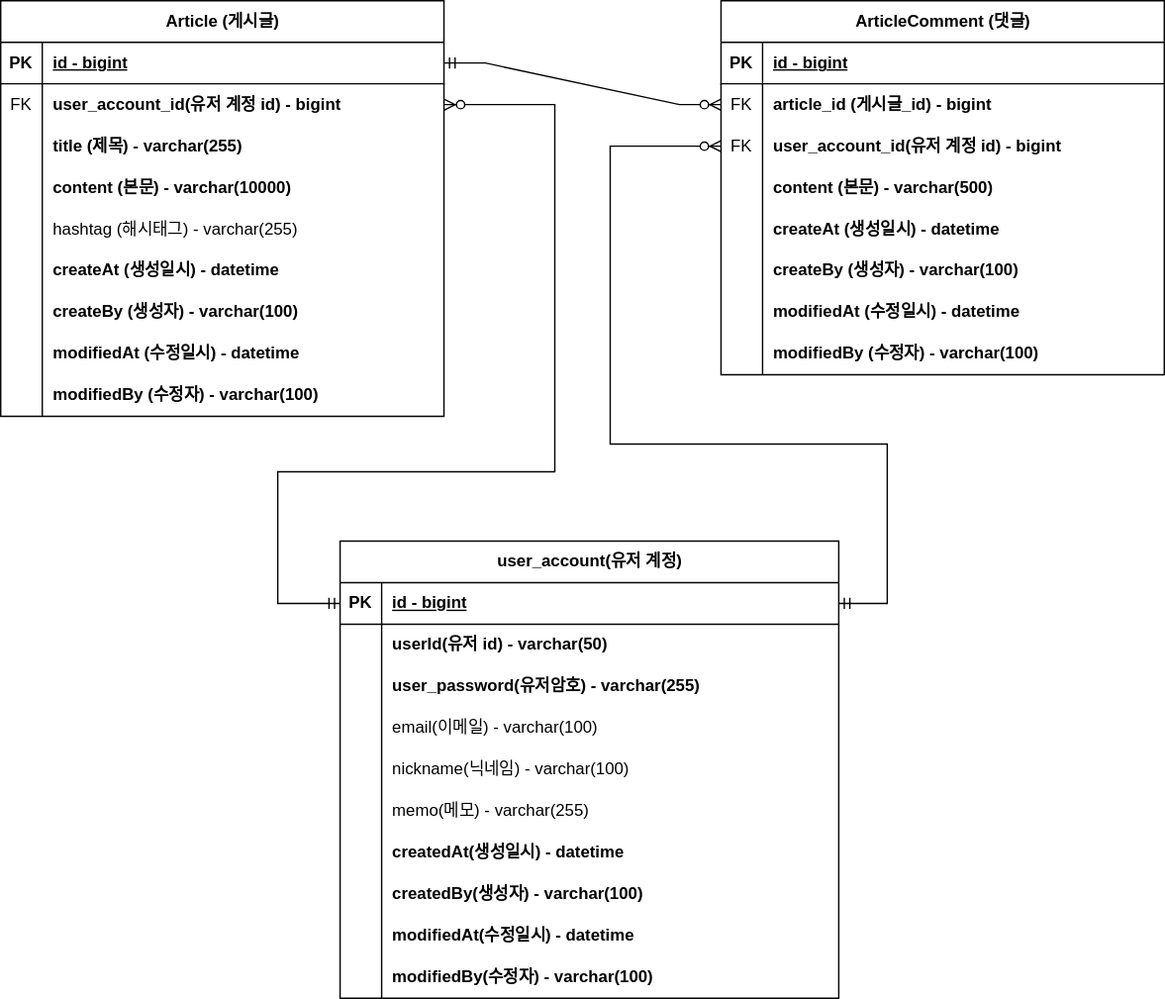
alpacaive/project-board keeps this draw.io diagram as document/project-board-erd.svg. Above is the earlier version. Source tidied: cells renumbered, new cells last; positions are measured from the earlier drawing's top-left corner, leaving out a move shared by most shapes.
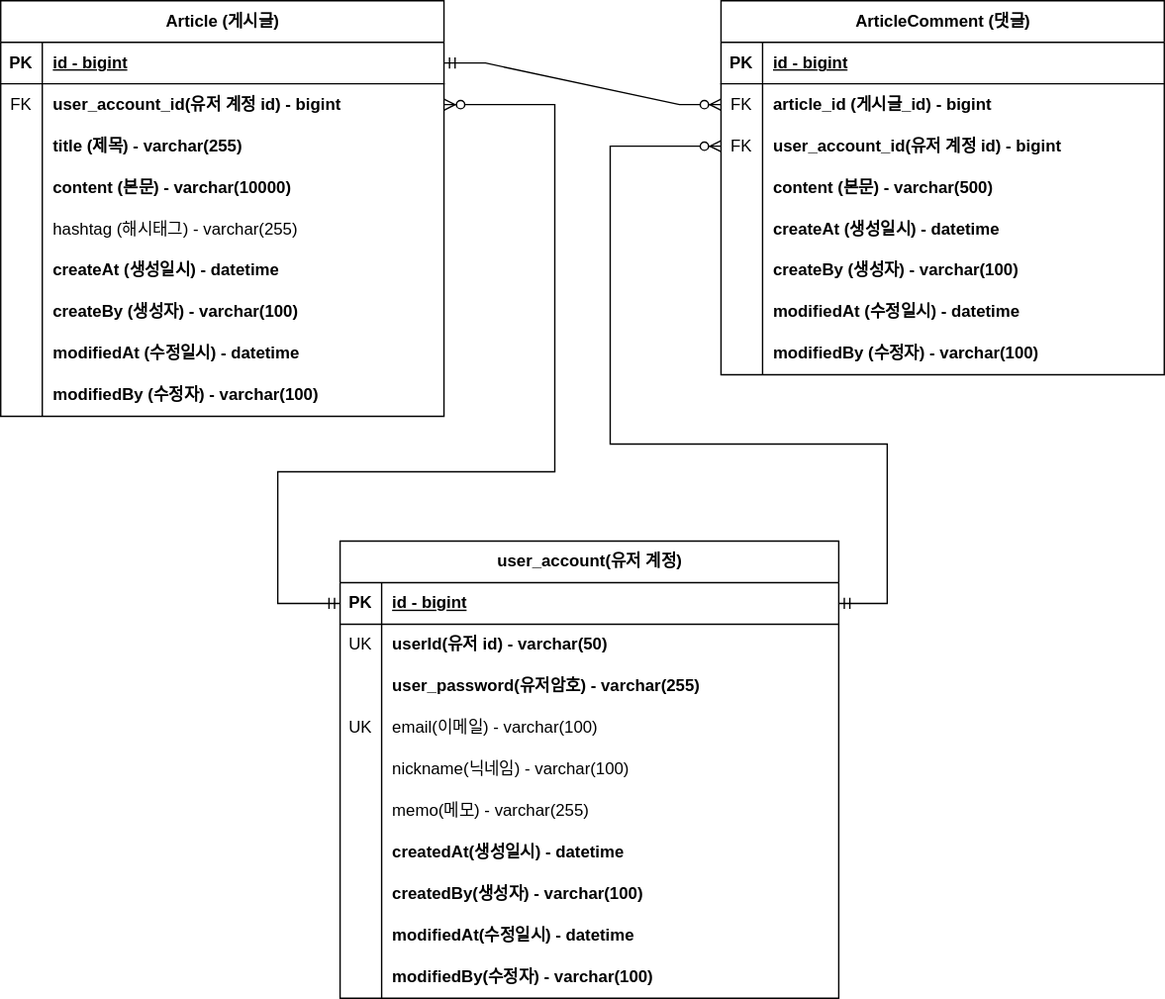
The same file after the commit.

The edit, as a diff of the source:
```diff
@@ -17,7 +17,7 @@
     <mxCell id="6" style="shape=tableRow;horizontal=0;startSize=0;swimlaneHead=0;swimlaneBody=0;fillColor=none;top=0;left=0;right=0;bottom=0;" parent="2" vertex="1">
       <mxGeometry y="60" width="360" height="30" as="geometry" />
     </mxCell>
-    <mxCell id="7" style="shape=partialRectangle;fillColor=none;top=0;left=0;bottom=0;right=0;overflow=hidden;whiteSpace=wrap;html=1;" parent="6" vertex="1">
+    <mxCell id="7" value="UK" style="shape=partialRectangle;fillColor=none;top=0;left=0;bottom=0;right=0;overflow=hidden;whiteSpace=wrap;html=1;" parent="6" vertex="1">
       <mxGeometry width="30" height="30" as="geometry" />
     </mxCell>
     <mxCell id="8" value="&lt;b&gt;userId(유저 id) - varchar(50)&lt;/b&gt;" style="shape=partialRectangle;fillColor=none;top=0;left=0;bottom=0;right=0;align=left;spacingLeft=6;overflow=hidden;whiteSpace=wrap;html=1;" parent="6" vertex="1">
@@ -35,7 +35,7 @@
     <mxCell id="12" style="shape=tableRow;horizontal=0;startSize=0;swimlaneHead=0;swimlaneBody=0;fillColor=none;top=0;left=0;right=0;bottom=0;" parent="2" vertex="1">
       <mxGeometry y="120" width="360" height="30" as="geometry" />
     </mxCell>
-    <mxCell id="13" style="shape=partialRectangle;fillColor=none;top=0;left=0;bottom=0;right=0;overflow=hidden;whiteSpace=wrap;html=1;" parent="12" vertex="1">
+    <mxCell id="13" value="UK" style="shape=partialRectangle;fillColor=none;top=0;left=0;bottom=0;right=0;overflow=hidden;whiteSpace=wrap;html=1;" parent="12" vertex="1">
       <mxGeometry width="30" height="30" as="geometry" />
     </mxCell>
     <mxCell id="14" value="email(이메일) - varchar(100)" style="shape=partialRectangle;fillColor=none;top=0;left=0;bottom=0;right=0;align=left;spacingLeft=6;overflow=hidden;whiteSpace=wrap;html=1;" parent="12" vertex="1">
```
